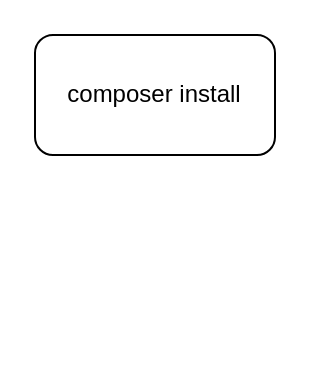
This is 未命名绘图.drawio from treatview/drawio, a draw.io file, before an edit. Source tidied: cells renumbered, new cells numbered last; positions are measured from the earlier drawing's top-left corner, leaving out a move shared by most shapes. Both pictures are drawn from the tidied source at 200%, with x=0, y=0 at pixel (34, 34).
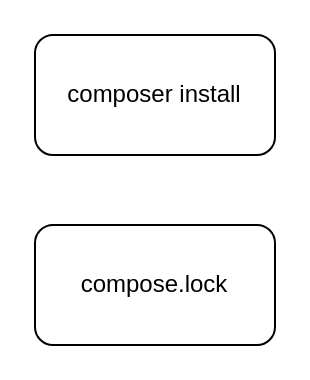
The same page after the edit.

Commit message:
更新未命名绘图.drawio

What changed in the source:
```diff
@@
 <mxGraphModel>
   <root>
     <mxCell id="0" />
     <mxCell id="1" parent="0" />
     <mxCell id="2" value="composer install" style="rounded=1;whiteSpace=wrap;html=1;" parent="1" vertex="1">
       <mxGeometry width="120" height="60" as="geometry" />
     </mxCell>
+    <mxCell id="3" value="compose.lock" style="rounded=1;whiteSpace=wrap;html=1;" parent="1" vertex="1">
+      <mxGeometry y="95" width="120" height="60" as="geometry" />
+    </mxCell>
   </root>
 </mxGraphModel>
```
